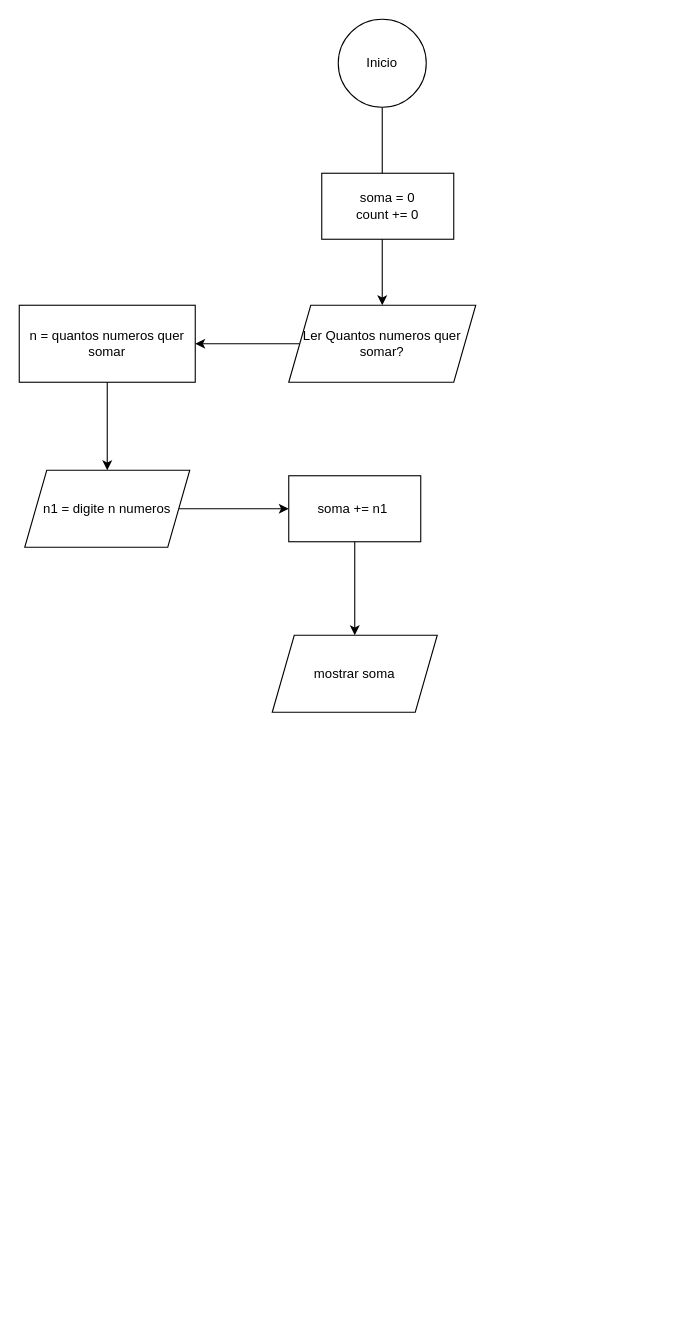
The draw.io diagram Ex.Fluxogramas/Fluxograma06.drawio in arnaldodev2/TLP, before the edit. Source tidied: cells renumbered, new cells numbered last; positions are measured from the earlier drawing's top-left corner, leaving out a move shared by most shapes. Both pictures are drawn from the tidied source at 110%, with x=0, y=0 at pixel (19, 19).
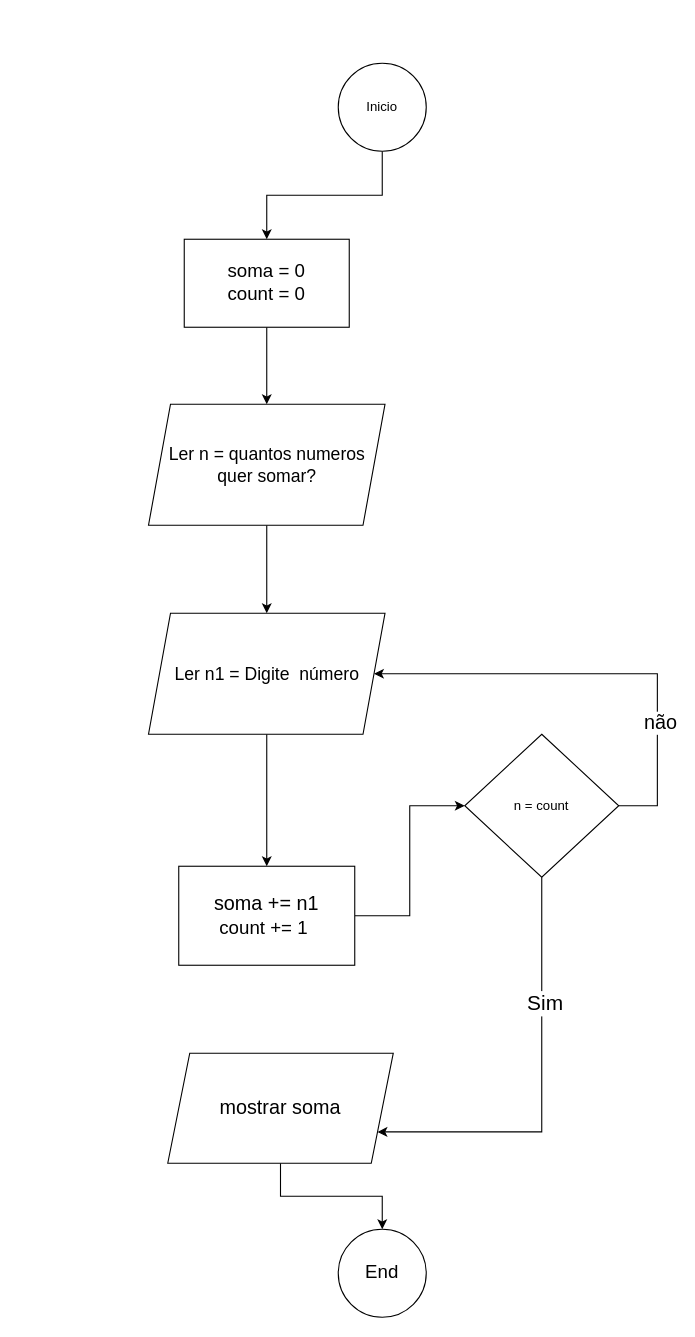
After the change.

What changed in the source:
```diff
@@
-    <mxCell id="2" style="edgeStyle=orthogonalEdgeStyle;rounded=0;jettySize=auto;html=1;" parent="1" edge="1" source="3" target="7">
+    <mxCell id="2" style="edgeStyle=orthogonalEdgeStyle;rounded=0;jettySize=auto;html=1;entryX=0.5;entryY=0;entryDx=0;entryDy=0;exitX=0.5;exitY=1;exitDx=0;exitDy=0;" parent="1" edge="1" source="10" target="17">
       <mxGeometry relative="1" as="geometry" />
     </mxCell>
+    <mxCell id="14" style="edgeStyle=orthogonalEdgeStyle;rounded=0;jettySize=auto;html=1;" parent="1" edge="1" source="3" target="10">
+      <mxGeometry relative="1" as="geometry" />
+    </mxCell>
     <mxCell id="3" value="Inicio" style="ellipse;whiteSpace=wrap;html=1;shapeInside=1;" parent="1" vertex="1">
-      <mxGeometry x="290" width="80" height="80" as="geometry" />
+      <mxGeometry x="290" y="40" width="80" height="80" as="geometry" />
     </mxCell>
-    <mxCell id="4" style="edgeStyle=orthogonalEdgeStyle;rounded=0;jettySize=auto;html=1;" parent="1" edge="1" source="5" target="9">
-      <mxGeometry relative="1" as="geometry" />
-    </mxCell>
-    <mxCell id="5" value="n = quantos numeros quer somar" style="rounded=0;whiteSpace=wrap;html=1;" parent="1" vertex="1">
-      <mxGeometry y="260" width="160" height="70" as="geometry" />
-    </mxCell>
-    <mxCell id="6" style="edgeStyle=orthogonalEdgeStyle;rounded=0;jettySize=auto;html=1;" parent="1" edge="1" source="7" target="5">
+    <mxCell id="6" style="edgeStyle=orthogonalEdgeStyle;rounded=0;jettySize=auto;html=1;entryX=0.5;entryY=0;entryDx=0;entryDy=0;" parent="1" edge="1" source="17" target="9">
       <mxGeometry relative="1" as="geometry" />
     </mxCell>
-    <mxCell id="7" value="Ler Quantos numeros quer somar?" style="shape=parallelogram;perimeter=parallelogramPerimeter;whiteSpace=wrap;html=1;shapeInside=1;fixedSize=1;" parent="1" vertex="1">
-      <mxGeometry x="245" y="260" width="170" height="70" as="geometry" />
-    </mxCell>
-    <mxCell id="8" style="edgeStyle=orthogonalEdgeStyle;rounded=0;jettySize=auto;html=1;" parent="1" edge="1" source="9">
-      <mxGeometry relative="1" as="geometry">
-        <mxPoint x="245" y="445" as="targetPoint" />
-      </mxGeometry>
-    </mxCell>
+    <mxCell id="15" style="edgeStyle=orthogonalEdgeStyle;rounded=0;jettySize=auto;html=1;entryX=0.5;entryY=0;entryDx=0;entryDy=0;" parent="1" edge="1" source="9" target="12">
+      <mxGeometry relative="1" as="geometry" />
+    </mxCell>
-    <mxCell id="9" value="n1 = digite n numeros" style="shape=parallelogram;perimeter=parallelogramPerimeter;whiteSpace=wrap;html=1;shapeInside=1;fixedSize=1;rounded=0;" parent="1" vertex="1">
-      <mxGeometry x="5" y="410" width="150" height="70" as="geometry" />
+    <mxCell id="9" value="&lt;div&gt;&lt;font style=&quot;font-size: 16px;&quot;&gt;Ler n1 = Digite&amp;nbsp; número&lt;/font&gt;&lt;/div&gt;" style="shape=parallelogram;perimeter=parallelogramPerimeter;whiteSpace=wrap;html=1;shapeInside=1;fixedSize=1;rounded=0;" parent="1" vertex="1">
+      <mxGeometry x="117.5" y="540" width="215" height="110" as="geometry" />
     </mxCell>
-    <mxCell id="10" value="soma = 0&lt;div&gt;count += 0&lt;/div&gt;" style="rounded=0;whiteSpace=wrap;html=1;" parent="1" vertex="1">
-      <mxGeometry x="275" y="140" width="120" height="60" as="geometry" />
+    <mxCell id="10" value="&lt;font style=&quot;font-size: 17px;&quot;&gt;soma = 0&lt;/font&gt;&lt;div&gt;&lt;font style=&quot;font-size: 17px;&quot;&gt;count = 0&lt;/font&gt;&lt;/div&gt;" style="rounded=0;whiteSpace=wrap;html=1;" parent="1" vertex="1">
+      <mxGeometry x="150" y="200" width="150" height="80" as="geometry" />
     </mxCell>
-    <mxCell id="11" style="edgeStyle=orthogonalEdgeStyle;rounded=0;jettySize=auto;html=1;entryX=0.5;entryY=0;entryDx=0;entryDy=0;" parent="1" edge="1" source="12" target="13">
+    <mxCell id="11" style="edgeStyle=orthogonalEdgeStyle;rounded=0;jettySize=auto;html=1;entryX=0;entryY=0.5;entryDx=0;entryDy=0;" parent="1" edge="1" source="12" target="23">
       <mxGeometry relative="1" as="geometry" />
     </mxCell>
-    <mxCell id="12" value="soma += n1&amp;nbsp;" style="rounded=0;whiteSpace=wrap;html=1;" parent="1" vertex="1">
-      <mxGeometry x="245" y="415" width="120" height="60" as="geometry" />
+    <mxCell id="12" value="&lt;font style=&quot;font-size: 18px;&quot;&gt;soma += n1&lt;/font&gt;&lt;div&gt;&lt;font style=&quot;font-size: 18px;&quot;&gt;&lt;span style=&quot;font-size: 17px; background-color: transparent; color: light-dark(rgb(0, 0, 0), rgb(255, 255, 255));&quot;&gt;count += 1&lt;/span&gt;&amp;nbsp;&lt;/font&gt;&lt;/div&gt;" style="rounded=0;whiteSpace=wrap;html=1;" parent="1" vertex="1">
+      <mxGeometry x="145" y="770" width="160" height="90" as="geometry" />
     </mxCell>
+    <mxCell id="16" style="edgeStyle=orthogonalEdgeStyle;rounded=0;jettySize=auto;html=1;" parent="1" edge="1" source="13" target="18">
+      <mxGeometry relative="1" as="geometry" />
+    </mxCell>
-    <mxCell id="13" value="mostrar soma" style="shape=parallelogram;perimeter=parallelogramPerimeter;whiteSpace=wrap;html=1;shapeInside=1;fixedSize=1;rounded=0;" parent="1" vertex="1">
-      <mxGeometry x="230" y="560" width="150" height="70" as="geometry" />
+    <mxCell id="13" value="&lt;font style=&quot;font-size: 18px;&quot;&gt;mostrar soma&lt;/font&gt;" style="shape=parallelogram;perimeter=parallelogramPerimeter;whiteSpace=wrap;html=1;shapeInside=1;fixedSize=1;rounded=0;" parent="1" vertex="1">
+      <mxGeometry x="135" y="940" width="205" height="100" as="geometry" />
     </mxCell>
+    <mxCell id="17" value="&lt;span style=&quot;font-size: 16px;&quot;&gt;Ler n = quantos numeros quer somar?&lt;/span&gt;" style="shape=parallelogram;perimeter=parallelogramPerimeter;whiteSpace=wrap;html=1;shapeInside=1;fixedSize=1;" parent="1" vertex="1">
+      <mxGeometry x="117.5" y="350" width="215" height="110" as="geometry" />
+    </mxCell>
+    <mxCell id="18" value="&lt;font style=&quot;font-size: 17px;&quot;&gt;End&lt;/font&gt;" style="ellipse;whiteSpace=wrap;html=1;shapeInside=1;" parent="1" vertex="1">
+      <mxGeometry x="290" y="1100" width="80" height="80" as="geometry" />
+    </mxCell>
+    <mxCell id="19" style="edgeStyle=orthogonalEdgeStyle;rounded=0;jettySize=auto;html=1;entryX=1;entryY=0.5;entryDx=0;entryDy=0;" parent="1" edge="1" source="23" target="9">
+      <mxGeometry relative="1" as="geometry">
+        <Array as="points">
+          <mxPoint x="580.1" y="595" />
+        </Array>
+      </mxGeometry>
+    </mxCell>
+    <mxCell id="20" value="&lt;font style=&quot;font-size: 18px;&quot;&gt;não&lt;/font&gt;" style="edgeLabel;html=1;align=center;verticalAlign=middle;" parent="19" vertex="1">
+      <mxGeometry x="-0.46" y="-2" relative="1" as="geometry" />
+    </mxCell>
+    <mxCell id="21" style="edgeStyle=orthogonalEdgeStyle;rounded=0;jettySize=auto;html=1;entryX=1;entryY=0.75;entryDx=0;entryDy=0;" parent="1" edge="1" source="23" target="13">
+      <mxGeometry relative="1" as="geometry">
+        <Array as="points">
+          <mxPoint x="475" y="1011.5" />
+        </Array>
+      </mxGeometry>
+    </mxCell>
+    <mxCell id="22" value="&lt;font style=&quot;font-size: 19px;&quot;&gt;Sim&lt;/font&gt;" style="edgeLabel;html=1;align=center;verticalAlign=middle;" parent="21" vertex="1">
+      <mxGeometry x="-0.4" y="2" relative="1" as="geometry" />
+    </mxCell>
+    <mxCell id="23" value="n = count" style="rhombus;whiteSpace=wrap;html=1;shapeInside=1;" parent="1" vertex="1">
+      <mxGeometry x="405" y="650" width="140" height="130" as="geometry" />
+    </mxCell>
```
